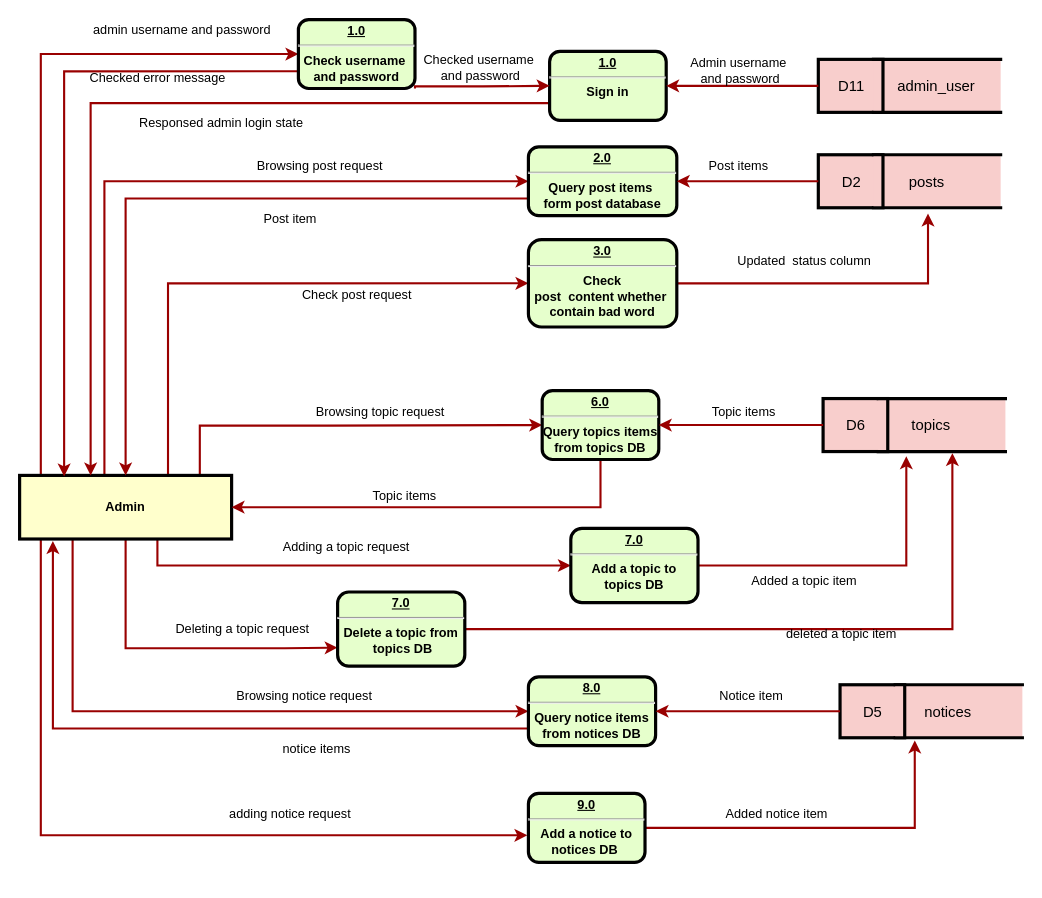
The draw.io diagram docs/admin.drawio in loveagri/zhihu, before the edit. Source tidied: cells renumbered, new cells numbered last; positions are measured from the earlier drawing's top-left corner, leaving out a move shared by most shapes. Both pictures are drawn from the tidied source at 106%, with x=0, y=0 at pixel (19, 19).
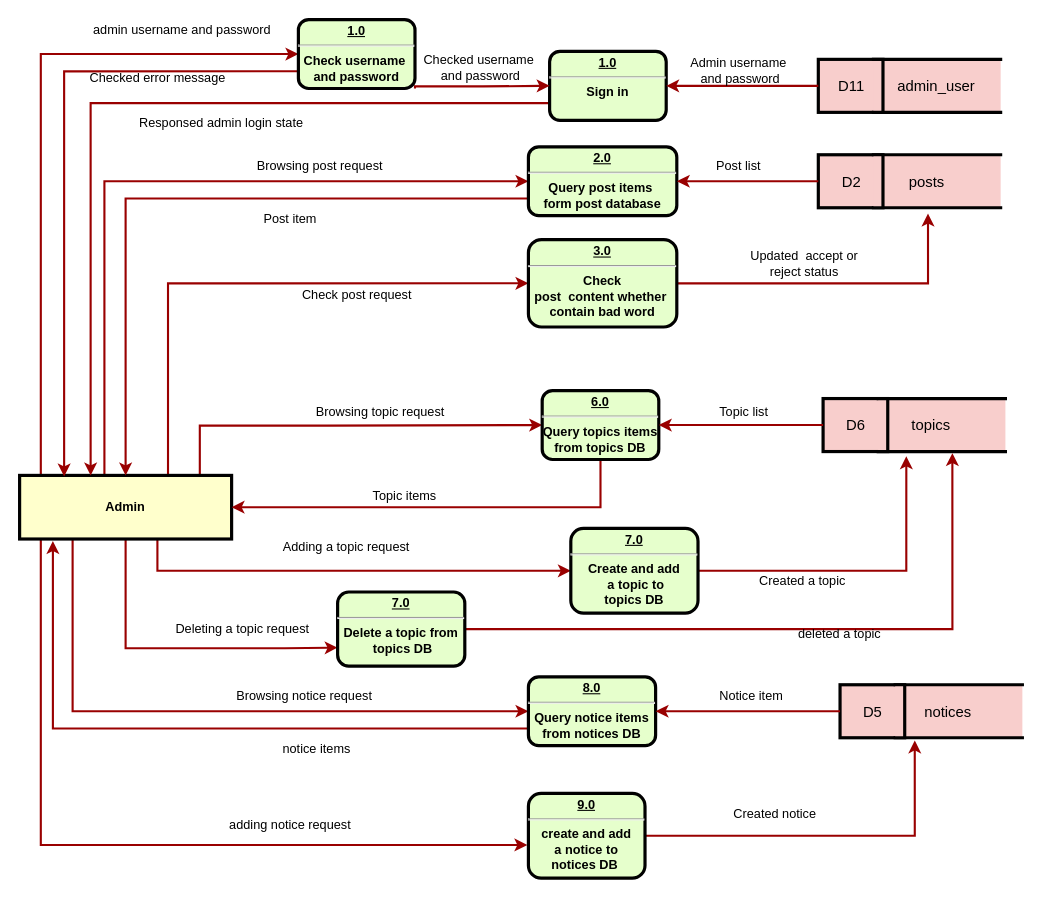
Above is the later version.

The change refers to these unchanged cells:
```xml
<mxCell id="18" value="Admin" style="whiteSpace=wrap;align=center;verticalAlign=middle;fontStyle=1;strokeWidth=3;fillColor=#FFFFCC;" parent="1" vertex="1">
  <mxGeometry y="430" width="200" height="60" as="geometry" />
</mxCell>
```

The edit, as a diff of the source:
```diff
@@
     <mxCell id="14" style="edgeStyle=orthogonalEdgeStyle;rounded=0;jettySize=auto;html=1;entryX=0;entryY=0.5;entryDx=0;entryDy=0;strokeColor=#990000;strokeWidth=2;" parent="1" edge="1" source="18" target="63">
       <mxGeometry relative="1" as="geometry">
         <Array as="points">
-          <mxPoint x="130" y="515" />
+          <mxPoint x="130" y="520" />
         </Array>
       </mxGeometry>
     </mxCell>
@@
     <mxCell id="16" style="edgeStyle=orthogonalEdgeStyle;rounded=0;jettySize=auto;html=1;entryX=-0.009;entryY=0.608;entryDx=0;entryDy=0;entryPerimeter=0;strokeColor=#990000;strokeWidth=2;" parent="1" edge="1" source="18" target="67">
       <mxGeometry relative="1" as="geometry">
         <Array as="points">
-          <mxPoint x="20" y="770" />
+          <mxPoint x="20" y="779" />
         </Array>
       </mxGeometry>
     </mxCell>
@@
-    <mxCell id="29" value="Updated&amp;nbsp; status column" style="text;html=1;align=center;verticalAlign=middle;" parent="1" vertex="1">
-      <mxGeometry x="670" y="218" width="140" height="20" as="geometry" />
+    <mxCell id="29" value="Updated&amp;nbsp; accept or &lt;br&gt;reject status" style="text;html=1;align=center;verticalAlign=middle;" parent="1" vertex="1">
+      <mxGeometry x="680" y="215" width="120" height="30" as="geometry" />
     </mxCell>
@@
-    <mxCell id="43" value="Added a topic item" style="text;html=1;align=center;verticalAlign=middle;" parent="1" vertex="1">
-      <mxGeometry x="685" y="520" width="110" height="20" as="geometry" />
+    <mxCell id="43" value="Created a topic&amp;nbsp;" style="text;html=1;align=center;verticalAlign=middle;" parent="1" vertex="1">
+      <mxGeometry x="690" y="520" width="100" height="20" as="geometry" />
     </mxCell>
@@
-    <mxCell id="47" value="Post items" style="text;html=1;align=center;verticalAlign=middle;" parent="1" vertex="1">
-      <mxGeometry x="643" y="127.5" width="70" height="20" as="geometry" />
+    <mxCell id="47" value="Post list" style="text;html=1;align=center;verticalAlign=middle;" parent="1" vertex="1">
+      <mxGeometry x="648" y="127.5" width="60" height="20" as="geometry" />
     </mxCell>
@@
-    <mxCell id="63" value="&lt;p style=&quot;margin: 0px ; margin-top: 4px ; text-align: center ; text-decoration: underline&quot;&gt;7.0&lt;/p&gt;&lt;hr&gt;&lt;strong&gt;Add a topic to &lt;br&gt;topics DB&lt;br&gt;&lt;/strong&gt;" style="verticalAlign=middle;align=center;overflow=fill;fontSize=12;fontFamily=Helvetica;html=1;rounded=1;fontStyle=1;strokeWidth=3;fillColor=#E6FFCC;" parent="1" vertex="1">
-      <mxGeometry x="520" y="480" width="120" height="70" as="geometry" />
+    <mxCell id="63" value="&lt;p style=&quot;margin: 0px ; margin-top: 4px ; text-align: center ; text-decoration: underline&quot;&gt;7.0&lt;/p&gt;&lt;hr&gt;&lt;strong&gt;Create and add&lt;br&gt;&amp;nbsp;a topic to &lt;br&gt;topics DB&lt;br&gt;&lt;/strong&gt;" style="verticalAlign=middle;align=center;overflow=fill;fontSize=12;fontFamily=Helvetica;html=1;rounded=1;fontStyle=1;strokeWidth=3;fillColor=#E6FFCC;" parent="1" vertex="1">
+      <mxGeometry x="520" y="480" width="120" height="80" as="geometry" />
     </mxCell>
@@
-    <mxCell id="67" value="&lt;p style=&quot;margin: 0px ; margin-top: 4px ; text-align: center ; text-decoration: underline&quot;&gt;9.0&lt;/p&gt;&lt;hr&gt;&lt;strong&gt;Add a notice to&lt;br&gt;notices DB&amp;nbsp;&lt;br&gt;&lt;/strong&gt;" style="verticalAlign=middle;align=center;overflow=fill;fontSize=12;fontFamily=Helvetica;html=1;rounded=1;fontStyle=1;strokeWidth=3;fillColor=#E6FFCC;" parent="1" vertex="1">
-      <mxGeometry x="480" y="730" width="110" height="65" as="geometry" />
+    <mxCell id="67" value="&lt;p style=&quot;margin: 0px ; margin-top: 4px ; text-align: center ; text-decoration: underline&quot;&gt;9.0&lt;/p&gt;&lt;hr&gt;&lt;strong&gt;create and add &lt;br&gt;a notice to&lt;br&gt;notices DB&amp;nbsp;&lt;br&gt;&lt;/strong&gt;" style="verticalAlign=middle;align=center;overflow=fill;fontSize=12;fontFamily=Helvetica;html=1;rounded=1;fontStyle=1;strokeWidth=3;fillColor=#E6FFCC;" parent="1" vertex="1">
+      <mxGeometry x="480" y="730" width="110" height="80" as="geometry" />
     </mxCell>
@@
-    <mxCell id="69" value="Added notice item" style="text;html=1;align=center;verticalAlign=middle;" parent="1" vertex="1">
-      <mxGeometry x="659" y="740" width="110" height="20" as="geometry" />
+    <mxCell id="69" value="Created notice&amp;nbsp;" style="text;html=1;align=center;verticalAlign=middle;" parent="1" vertex="1">
+      <mxGeometry x="664" y="740" width="100" height="20" as="geometry" />
     </mxCell>
@@
     <mxCell id="73" value="adding notice request" style="text;html=1;align=center;verticalAlign=middle;" parent="1" vertex="1">
-      <mxGeometry x="190" y="740" width="130" height="20" as="geometry" />
+      <mxGeometry x="190" y="750" width="130" height="20" as="geometry" />
     </mxCell>
-    <mxCell id="74" value="Topic items" style="text;html=1;align=center;verticalAlign=middle;" parent="1" vertex="1">
-      <mxGeometry x="643" y="360" width="80" height="20" as="geometry" />
+    <mxCell id="74" value="Topic list" style="text;html=1;align=center;verticalAlign=middle;" parent="1" vertex="1">
+      <mxGeometry x="653" y="360" width="60" height="20" as="geometry" />
     </mxCell>
@@
-    <mxCell id="87" value="deleted a topic item" style="text;html=1;align=center;verticalAlign=middle;" parent="1" vertex="1">
-      <mxGeometry x="715" y="570" width="120" height="20" as="geometry" />
+    <mxCell id="87" value="deleted a topic&amp;nbsp;" style="text;html=1;align=center;verticalAlign=middle;" parent="1" vertex="1">
+      <mxGeometry x="725" y="570" width="100" height="20" as="geometry" />
     </mxCell>
```
